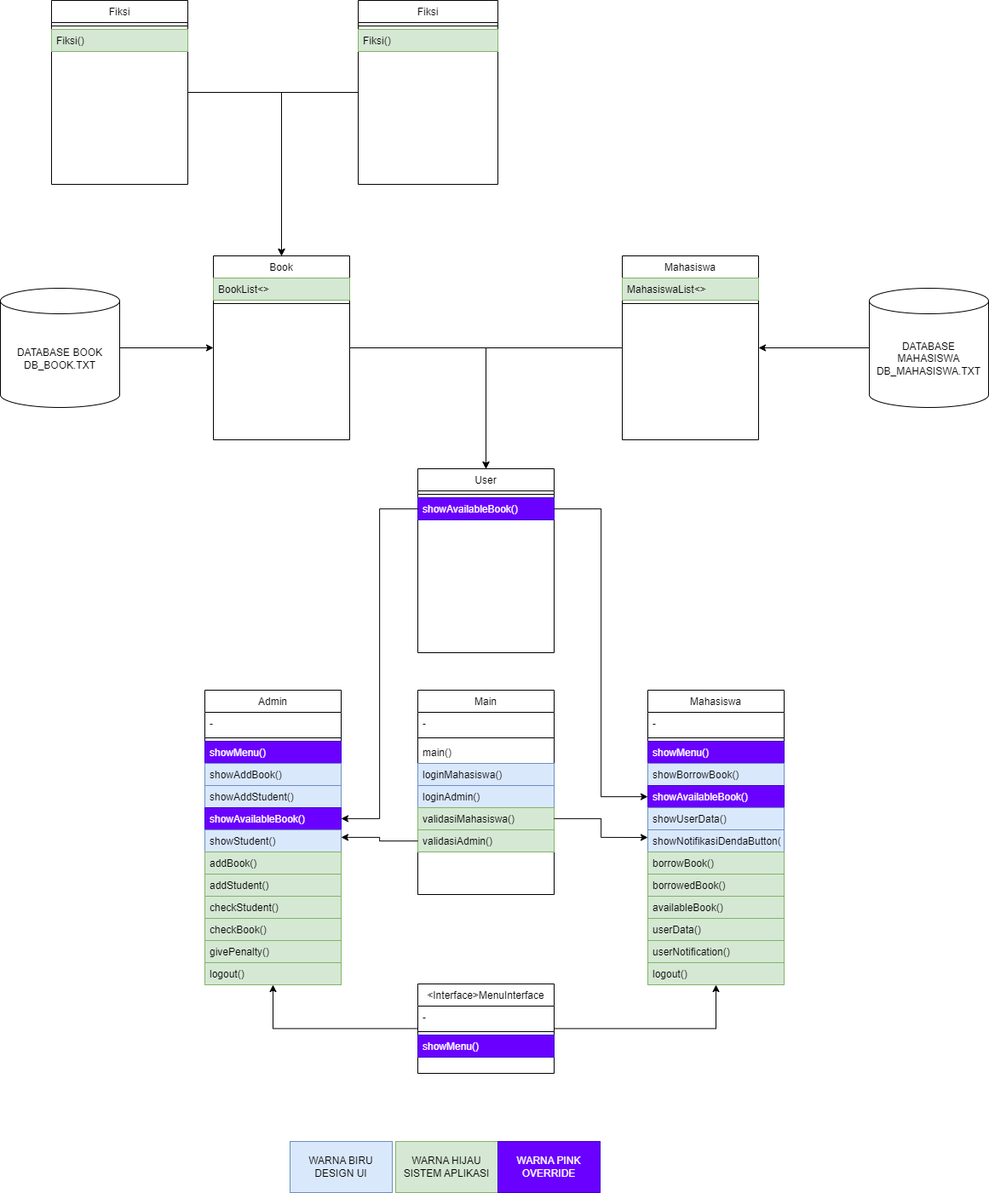
Above: DiagramPerpustakaan.png in dikameo/PERPUSTAKAANCUY (draw.io), before the change. Source tidied: cells renumbered, new cells last; positions are measured from the earlier drawing's top-left corner, leaving out a move shared by most shapes.
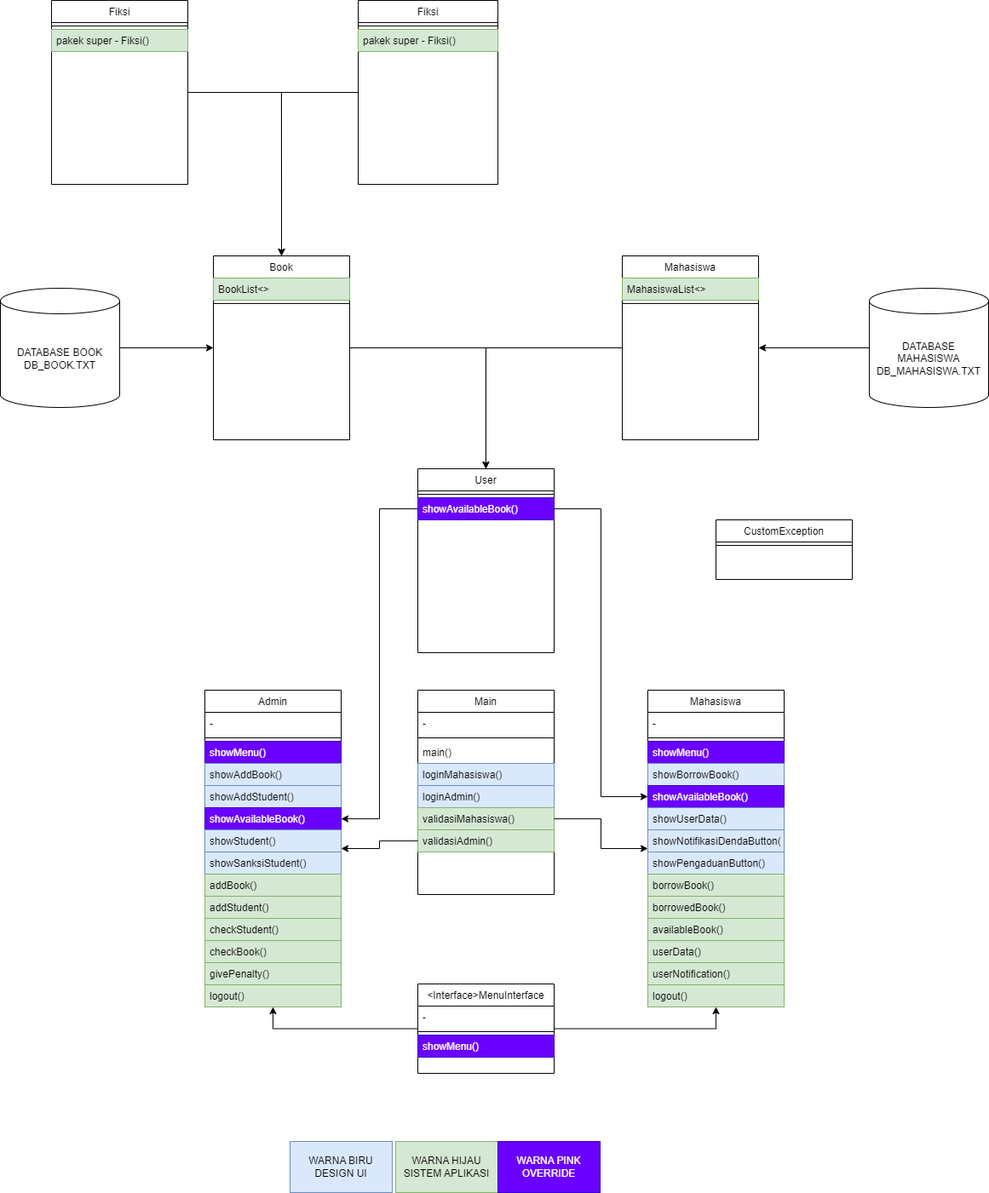
After the change.

Commit message:
Update showSanksi ama pengaduan

Diff of the diagram source:
```diff
@@ -3,7 +3,7 @@
     <mxCell id="0" />
     <mxCell id="1" parent="0" />
     <mxCell id="2" value="Admin" style="swimlane;fontStyle=0;align=center;verticalAlign=top;horizontal=1;startSize=26;rounded=0;shadow=0;strokeWidth=1;" parent="1" vertex="1">
-      <mxGeometry x="240" y="810" width="160" height="346" as="geometry" />
+      <mxGeometry x="240" y="810" width="160" height="372" as="geometry" />
     </mxCell>
     <mxCell id="3" value="-" style="text;align=left;verticalAlign=top;spacingLeft=4;spacingRight=4;overflow=hidden;rounded=0;shadow=0;html=0;" parent="2" vertex="1">
       <mxGeometry y="26" width="160" height="26" as="geometry" />
@@ -23,29 +23,32 @@
     <mxCell id="8" value="showAvailableBook()" style="text;align=left;verticalAlign=top;spacingLeft=4;spacingRight=4;overflow=hidden;points=[[0,0.5],[1,0.5]];portConstraint=eastwest;fillColor=#6a00ff;strokeColor=#3700CC;fontColor=#ffffff;" parent="2" vertex="1">
       <mxGeometry y="138" width="160" height="26" as="geometry" />
     </mxCell>
+    <mxCell id="74" value="showStudent()" style="text;align=left;verticalAlign=top;spacingLeft=4;spacingRight=4;overflow=hidden;fillColor=#dae8fc;strokeColor=#6c8ebf;" parent="2" vertex="1">
+      <mxGeometry y="164" width="160" height="26" as="geometry" />
+    </mxCell>
-    <mxCell id="9" value="showStudent()" style="text;align=left;verticalAlign=top;spacingLeft=4;spacingRight=4;overflow=hidden;fillColor=#dae8fc;strokeColor=#6c8ebf;" parent="2" vertex="1">
-      <mxGeometry y="164" width="160" height="26" as="geometry" />
+    <mxCell id="9" value="showSanksiStudent()" style="text;align=left;verticalAlign=top;spacingLeft=4;spacingRight=4;overflow=hidden;fillColor=#dae8fc;strokeColor=#6c8ebf;" parent="2" vertex="1">
+      <mxGeometry y="190" width="160" height="26" as="geometry" />
     </mxCell>
     <mxCell id="10" value="addBook()" style="text;align=left;verticalAlign=top;spacingLeft=4;spacingRight=4;overflow=hidden;fillColor=#d5e8d4;strokeColor=#82b366;" parent="2" vertex="1">
-      <mxGeometry y="190" width="160" height="26" as="geometry" />
+      <mxGeometry y="216" width="160" height="26" as="geometry" />
     </mxCell>
     <mxCell id="11" value="addStudent()" style="text;align=left;verticalAlign=top;spacingLeft=4;spacingRight=4;overflow=hidden;fillColor=#d5e8d4;strokeColor=#82b366;" parent="2" vertex="1">
-      <mxGeometry y="216" width="160" height="26" as="geometry" />
+      <mxGeometry y="242" width="160" height="26" as="geometry" />
     </mxCell>
     <mxCell id="12" value="checkStudent()" style="text;align=left;verticalAlign=top;spacingLeft=4;spacingRight=4;overflow=hidden;fillColor=#d5e8d4;strokeColor=#82b366;" parent="2" vertex="1">
-      <mxGeometry y="242" width="160" height="26" as="geometry" />
+      <mxGeometry y="268" width="160" height="26" as="geometry" />
     </mxCell>
     <mxCell id="13" value="checkBook()" style="text;align=left;verticalAlign=top;spacingLeft=4;spacingRight=4;overflow=hidden;fillColor=#d5e8d4;strokeColor=#82b366;" parent="2" vertex="1">
-      <mxGeometry y="268" width="160" height="26" as="geometry" />
+      <mxGeometry y="294" width="160" height="26" as="geometry" />
     </mxCell>
     <mxCell id="14" value="givePenalty()" style="text;align=left;verticalAlign=top;spacingLeft=4;spacingRight=4;overflow=hidden;fillColor=#d5e8d4;strokeColor=#82b366;" parent="2" vertex="1">
-      <mxGeometry y="294" width="160" height="26" as="geometry" />
+      <mxGeometry y="320" width="160" height="26" as="geometry" />
     </mxCell>
     <mxCell id="15" value="logout()" style="text;align=left;verticalAlign=top;spacingLeft=4;spacingRight=4;overflow=hidden;fillColor=#d5e8d4;strokeColor=#82b366;" parent="2" vertex="1">
-      <mxGeometry y="320" width="160" height="26" as="geometry" />
+      <mxGeometry y="346" width="160" height="26" as="geometry" />
     </mxCell>
     <mxCell id="16" value="Mahasiswa" style="swimlane;fontStyle=0;align=center;verticalAlign=top;horizontal=1;startSize=26;rounded=0;shadow=0;strokeWidth=1;" parent="1" vertex="1">
-      <mxGeometry x="760" y="810" width="160" height="346" as="geometry" />
+      <mxGeometry x="760" y="810" width="160" height="372" as="geometry" />
     </mxCell>
     <mxCell id="17" value="-" style="text;align=left;verticalAlign=top;spacingLeft=4;spacingRight=4;overflow=hidden;rounded=0;shadow=0;html=0;" parent="16" vertex="1">
       <mxGeometry y="26" width="160" height="26" as="geometry" />
@@ -68,23 +71,26 @@
     <mxCell id="23" value="showNotifikasiDendaButton()" style="text;align=left;verticalAlign=top;spacingLeft=4;spacingRight=4;overflow=hidden;fillColor=#dae8fc;strokeColor=#6c8ebf;" parent="16" vertex="1">
       <mxGeometry y="164" width="160" height="26" as="geometry" />
     </mxCell>
+    <mxCell id="75" value="showPengaduanButton()" style="text;align=left;verticalAlign=top;spacingLeft=4;spacingRight=4;overflow=hidden;fillColor=#dae8fc;strokeColor=#6c8ebf;" parent="16" vertex="1">
+      <mxGeometry y="190" width="160" height="26" as="geometry" />
+    </mxCell>
     <mxCell id="24" value="borrowBook()" style="text;align=left;verticalAlign=top;spacingLeft=4;spacingRight=4;overflow=hidden;fillColor=#d5e8d4;strokeColor=#82b366;" parent="16" vertex="1">
-      <mxGeometry y="190" width="160" height="26" as="geometry" />
+      <mxGeometry y="216" width="160" height="26" as="geometry" />
     </mxCell>
     <mxCell id="25" value="borrowedBook()" style="text;align=left;verticalAlign=top;spacingLeft=4;spacingRight=4;overflow=hidden;fillColor=#d5e8d4;strokeColor=#82b366;" parent="16" vertex="1">
-      <mxGeometry y="216" width="160" height="26" as="geometry" />
+      <mxGeometry y="242" width="160" height="26" as="geometry" />
     </mxCell>
     <mxCell id="26" value="availableBook()" style="text;align=left;verticalAlign=top;spacingLeft=4;spacingRight=4;overflow=hidden;fillColor=#d5e8d4;strokeColor=#82b366;" parent="16" vertex="1">
-      <mxGeometry y="242" width="160" height="26" as="geometry" />
+      <mxGeometry y="268" width="160" height="26" as="geometry" />
     </mxCell>
     <mxCell id="27" value="userData()" style="text;align=left;verticalAlign=top;spacingLeft=4;spacingRight=4;overflow=hidden;fillColor=#d5e8d4;strokeColor=#82b366;" parent="16" vertex="1">
-      <mxGeometry y="268" width="160" height="26" as="geometry" />
+      <mxGeometry y="294" width="160" height="26" as="geometry" />
     </mxCell>
     <mxCell id="28" value="userNotification()" style="text;align=left;verticalAlign=top;spacingLeft=4;spacingRight=4;overflow=hidden;fillColor=#d5e8d4;strokeColor=#82b366;" parent="16" vertex="1">
-      <mxGeometry y="294" width="160" height="26" as="geometry" />
+      <mxGeometry y="320" width="160" height="26" as="geometry" />
     </mxCell>
     <mxCell id="29" value="logout()" style="text;align=left;verticalAlign=top;spacingLeft=4;spacingRight=4;overflow=hidden;fillColor=#d5e8d4;strokeColor=#82b366;" parent="16" vertex="1">
-      <mxGeometry y="320" width="160" height="26" as="geometry" />
+      <mxGeometry y="346" width="160" height="26" as="geometry" />
     </mxCell>
     <mxCell id="30" style="edgeStyle=orthogonalEdgeStyle;rounded=0;jettySize=auto;html=1;" parent="1" edge="1" source="31" target="52">
       <mxGeometry relative="1" as="geometry" />
@@ -191,7 +197,7 @@
     <mxCell id="64" style="line;html=1;strokeWidth=1;align=left;verticalAlign=middle;spacingTop=-1;spacingLeft=3;spacingRight=3;labelPosition=right;" parent="63" vertex="1">
       <mxGeometry y="26" width="160" height="8" as="geometry" />
     </mxCell>
-    <mxCell id="65" value="Fiksi()" style="text;align=left;verticalAlign=top;spacingLeft=4;spacingRight=4;overflow=hidden;rounded=0;shadow=0;html=0;fillColor=#d5e8d4;strokeColor=#82b366;" parent="63" vertex="1">
+    <mxCell id="65" value="pakek super - Fiksi()" style="text;align=left;verticalAlign=top;spacingLeft=4;spacingRight=4;overflow=hidden;rounded=0;shadow=0;html=0;fillColor=#d5e8d4;strokeColor=#82b366;" parent="63" vertex="1">
       <mxGeometry y="34" width="160" height="26" as="geometry" />
     </mxCell>
     <mxCell id="66" style="edgeStyle=orthogonalEdgeStyle;rounded=0;jettySize=auto;html=1;entryX=0.5;entryY=0;entryDx=0;entryDy=0;" parent="1" edge="1" source="67" target="31">
@@ -203,7 +209,7 @@
     <mxCell id="68" style="line;html=1;strokeWidth=1;align=left;verticalAlign=middle;spacingTop=-1;spacingLeft=3;spacingRight=3;labelPosition=right;" parent="67" vertex="1">
       <mxGeometry y="26" width="164" height="8" as="geometry" />
     </mxCell>
-    <mxCell id="69" value="Fiksi()" style="text;align=left;verticalAlign=top;spacingLeft=4;spacingRight=4;overflow=hidden;rounded=0;shadow=0;html=0;fillColor=#d5e8d4;strokeColor=#82b366;" parent="67" vertex="1">
+    <mxCell id="69" value="pakek super - Fiksi()" style="text;align=left;verticalAlign=top;spacingLeft=4;spacingRight=4;overflow=hidden;rounded=0;shadow=0;html=0;fillColor=#d5e8d4;strokeColor=#82b366;" parent="67" vertex="1">
       <mxGeometry y="34" width="164" height="26" as="geometry" />
     </mxCell>
     <mxCell id="70" style="edgeStyle=orthogonalEdgeStyle;rounded=0;jettySize=auto;html=1;entryX=0;entryY=0.5;entryDx=0;entryDy=0;" parent="1" edge="1" source="71" target="31">
@@ -218,5 +224,11 @@
     <mxCell id="73" value="DATABASE MAHASISWA&lt;div&gt;DB_MAHASISWA.TXT&lt;/div&gt;" style="shape=cylinder3;whiteSpace=wrap;html=1;boundedLbl=1;backgroundOutline=1;size=15;" parent="1" vertex="1">
       <mxGeometry x="1020" y="338" width="140" height="140" as="geometry" />
     </mxCell>
+    <mxCell id="76" value="CustomException" style="swimlane;fontStyle=0;align=center;verticalAlign=top;horizontal=1;startSize=26;rounded=0;shadow=0;strokeWidth=1;" parent="1" vertex="1">
+      <mxGeometry x="840" y="610" width="160" height="70" as="geometry" />
+    </mxCell>
+    <mxCell id="77" style="line;html=1;strokeWidth=1;align=left;verticalAlign=middle;spacingTop=-1;spacingLeft=3;spacingRight=3;labelPosition=right;" parent="76" vertex="1">
+      <mxGeometry y="26" width="160" height="8" as="geometry" />
+    </mxCell>
   </root>
 </mxGraphModel>
```
